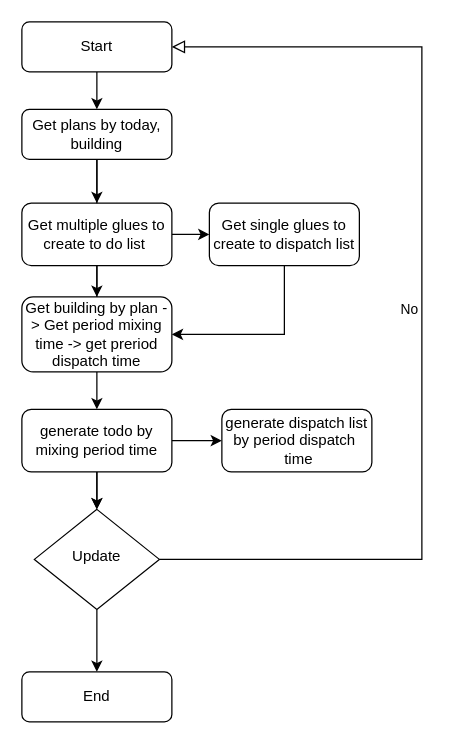
This is dmr-api/_Services/Services/Untitled Diagram.drawio from henryphamshc/dmr, a draw.io file, before an edit. Source tidied: cells renumbered, new cells numbered last; positions are measured from the earlier drawing's top-left corner, leaving out a move shared by most shapes. Both pictures are drawn from the tidied source at 125%, with x=0, y=0 at pixel (21, 21).
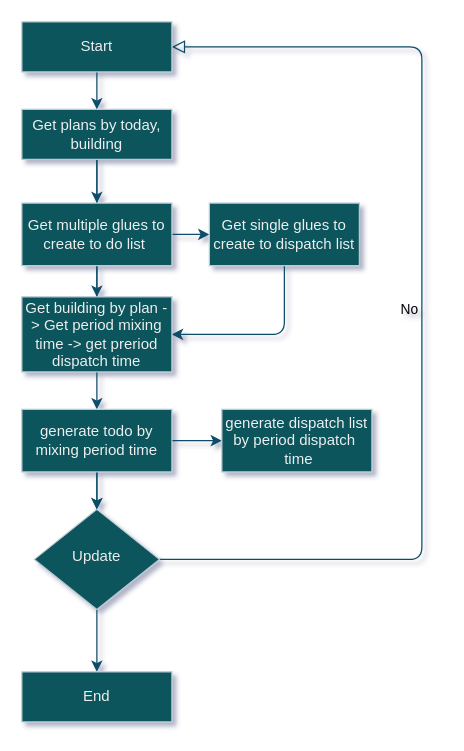
Above is the later version.

What changed in the source:
```diff
@@
-<mxGraphModel>
+<mxGraphModel shadow="1">
@@
-    <mxCell id="2" style="edgeStyle=orthogonalEdgeStyle;rounded=0;jettySize=auto;html=1;entryX=0.5;entryY=0;entryDx=0;entryDy=0;" parent="1" edge="1" source="4" target="13">
+    <mxCell id="2" style="edgeStyle=orthogonalEdgeStyle;jettySize=auto;html=1;entryX=0.5;entryY=0;entryDx=0;entryDy=0;strokeColor=#0B4D6A;" parent="1" edge="1" source="4" target="13">
       <mxGeometry relative="1" as="geometry" />
     </mxCell>
-    <mxCell id="3" style="edgeStyle=orthogonalEdgeStyle;rounded=0;jettySize=auto;html=1;entryX=0.5;entryY=0;entryDx=0;entryDy=0;" parent="1" edge="1" source="4" target="16">
+    <mxCell id="3" style="edgeStyle=orthogonalEdgeStyle;jettySize=auto;html=1;entryX=0.5;entryY=0;entryDx=0;entryDy=0;strokeColor=#0B4D6A;" parent="1" edge="1" source="4" target="16">
       <mxGeometry relative="1" as="geometry" />
     </mxCell>
-    <mxCell id="4" value="Get plans by today, building" style="rounded=1;whiteSpace=wrap;html=1;fontSize=12;glass=0;strokeWidth=1;shadow=0;" parent="1" vertex="1">
+    <mxCell id="4" value="Get plans by today, building" style="whiteSpace=wrap;html=1;fontSize=12;glass=0;strokeWidth=1;shadow=0;fillColor=#09555B;strokeColor=#BAC8D3;fontColor=#EEEEEE;" parent="1" vertex="1">
       <mxGeometry y="70" width="120" height="40" as="geometry" />
     </mxCell>
-    <mxCell id="5" value="No" style="edgeStyle=orthogonalEdgeStyle;rounded=0;html=1;jettySize=auto;fontSize=11;endArrow=block;endFill=0;endSize=8;strokeWidth=1;shadow=0;labelBackgroundColor=none;entryX=1;entryY=0.5;entryDx=0;entryDy=0;" parent="1" edge="1" source="7" target="10">
+    <mxCell id="5" value="No" style="edgeStyle=orthogonalEdgeStyle;html=1;jettySize=auto;fontSize=11;endArrow=block;endFill=0;endSize=8;strokeWidth=1;shadow=0;labelBackgroundColor=none;entryX=1;entryY=0.5;entryDx=0;entryDy=0;strokeColor=#0B4D6A;" parent="1" edge="1" source="7" target="10">
       <mxGeometry y="10" relative="1" as="geometry">
         <Array as="points">
           <mxPoint x="320" y="430" />
           <mxPoint x="320" y="20" />
         </Array>
       </mxGeometry>
     </mxCell>
-    <mxCell id="6" style="edgeStyle=orthogonalEdgeStyle;rounded=0;jettySize=auto;html=1;exitX=0.5;exitY=1;exitDx=0;exitDy=0;" parent="1" edge="1" source="7" target="8">
+    <mxCell id="6" style="edgeStyle=orthogonalEdgeStyle;jettySize=auto;html=1;exitX=0.5;exitY=1;exitDx=0;exitDy=0;strokeColor=#0B4D6A;" parent="1" edge="1" source="7" target="8">
       <mxGeometry relative="1" as="geometry" />
     </mxCell>
-    <mxCell id="7" value="Update" style="rhombus;whiteSpace=wrap;html=1;shadow=0;fontFamily=Helvetica;fontSize=12;align=center;strokeWidth=1;spacing=6;spacingTop=-4;" parent="1" vertex="1">
+    <mxCell id="7" value="Update" style="rhombus;whiteSpace=wrap;html=1;shadow=0;fontFamily=Helvetica;fontSize=12;align=center;strokeWidth=1;spacing=6;spacingTop=-4;fillColor=#09555B;strokeColor=#BAC8D3;fontColor=#EEEEEE;" parent="1" vertex="1">
       <mxGeometry x="10" y="390" width="100" height="80" as="geometry" />
     </mxCell>
-    <mxCell id="8" value="End" style="rounded=1;whiteSpace=wrap;html=1;fontSize=12;glass=0;strokeWidth=1;shadow=0;" parent="1" vertex="1">
+    <mxCell id="8" value="End" style="whiteSpace=wrap;html=1;fontSize=12;glass=0;strokeWidth=1;shadow=0;fillColor=#09555B;strokeColor=#BAC8D3;fontColor=#EEEEEE;" parent="1" vertex="1">
       <mxGeometry y="520" width="120" height="40" as="geometry" />
     </mxCell>
-    <mxCell id="9" style="edgeStyle=orthogonalEdgeStyle;rounded=0;jettySize=auto;html=1;" parent="1" edge="1" source="10" target="4">
+    <mxCell id="9" style="edgeStyle=orthogonalEdgeStyle;jettySize=auto;html=1;strokeColor=#0B4D6A;" parent="1" edge="1" source="10" target="4">
       <mxGeometry relative="1" as="geometry" />
     </mxCell>
-    <mxCell id="10" value="Start" style="rounded=1;whiteSpace=wrap;html=1;fontSize=12;glass=0;strokeWidth=1;shadow=0;" parent="1" vertex="1">
+    <mxCell id="10" value="Start" style="whiteSpace=wrap;html=1;fontSize=12;glass=0;strokeWidth=1;shadow=0;fillColor=#09555B;strokeColor=#BAC8D3;fontColor=#EEEEEE;" parent="1" vertex="1">
       <mxGeometry width="120" height="40" as="geometry" />
     </mxCell>
-    <mxCell id="11" style="edgeStyle=orthogonalEdgeStyle;rounded=0;jettySize=auto;html=1;" parent="1" edge="1" source="13" target="20">
+    <mxCell id="11" style="edgeStyle=orthogonalEdgeStyle;jettySize=auto;html=1;strokeColor=#0B4D6A;" parent="1" edge="1" source="13" target="20">
       <mxGeometry relative="1" as="geometry" />
     </mxCell>
-    <mxCell id="12" style="edgeStyle=orthogonalEdgeStyle;rounded=0;jettySize=auto;html=1;exitX=1;exitY=0.5;exitDx=0;exitDy=0;entryX=0;entryY=0.5;entryDx=0;entryDy=0;" parent="1" edge="1" source="13" target="15">
+    <mxCell id="12" style="edgeStyle=orthogonalEdgeStyle;jettySize=auto;html=1;exitX=1;exitY=0.5;exitDx=0;exitDy=0;entryX=0;entryY=0.5;entryDx=0;entryDy=0;strokeColor=#0B4D6A;" parent="1" edge="1" source="13" target="15">
       <mxGeometry relative="1" as="geometry" />
     </mxCell>
-    <mxCell id="13" value="Get multiple glues to create to do list&amp;nbsp;" style="rounded=1;whiteSpace=wrap;html=1;fontSize=12;glass=0;strokeWidth=1;shadow=0;" parent="1" vertex="1">
+    <mxCell id="13" value="Get multiple glues to create to do list&amp;nbsp;" style="whiteSpace=wrap;html=1;fontSize=12;glass=0;strokeWidth=1;shadow=0;fillColor=#09555B;strokeColor=#BAC8D3;fontColor=#EEEEEE;" parent="1" vertex="1">
       <mxGeometry y="145" width="120" height="50" as="geometry" />
     </mxCell>
-    <mxCell id="14" style="edgeStyle=orthogonalEdgeStyle;rounded=0;jettySize=auto;html=1;exitX=0.5;exitY=1;exitDx=0;exitDy=0;entryX=1;entryY=0.5;entryDx=0;entryDy=0;" parent="1" edge="1" source="15" target="16">
+    <mxCell id="14" style="edgeStyle=orthogonalEdgeStyle;jettySize=auto;html=1;exitX=0.5;exitY=1;exitDx=0;exitDy=0;entryX=1;entryY=0.5;entryDx=0;entryDy=0;strokeColor=#0B4D6A;" parent="1" edge="1" source="15" target="16">
       <mxGeometry relative="1" as="geometry" />
     </mxCell>
-    <mxCell id="15" value="Get single glues to create to dispatch list" style="rounded=1;whiteSpace=wrap;html=1;fontSize=12;glass=0;strokeWidth=1;shadow=0;" parent="1" vertex="1">
+    <mxCell id="15" value="Get single glues to create to dispatch list" style="whiteSpace=wrap;html=1;fontSize=12;glass=0;strokeWidth=1;shadow=0;fillColor=#09555B;strokeColor=#BAC8D3;fontColor=#EEEEEE;" parent="1" vertex="1">
       <mxGeometry x="150" y="145" width="120" height="50" as="geometry" />
     </mxCell>
-    <mxCell id="16" value="Get building by plan -&amp;gt; Get period mixing time -&amp;gt; get preriod dispatch time" style="rounded=1;whiteSpace=wrap;html=1;fontSize=12;glass=0;strokeWidth=1;shadow=0;" parent="1" vertex="1">
+    <mxCell id="16" value="Get building by plan -&amp;gt; Get period mixing time -&amp;gt; get preriod dispatch time" style="whiteSpace=wrap;html=1;fontSize=12;glass=0;strokeWidth=1;shadow=0;fillColor=#09555B;strokeColor=#BAC8D3;fontColor=#EEEEEE;" parent="1" vertex="1">
       <mxGeometry y="220" width="120" height="60" as="geometry" />
     </mxCell>
-    <mxCell id="17" style="edgeStyle=orthogonalEdgeStyle;rounded=0;jettySize=auto;html=1;" parent="1" edge="1" source="20" target="7">
+    <mxCell id="17" style="edgeStyle=orthogonalEdgeStyle;jettySize=auto;html=1;strokeColor=#0B4D6A;" parent="1" edge="1" source="20" target="7">
       <mxGeometry relative="1" as="geometry" />
     </mxCell>
-    <mxCell id="18" style="edgeStyle=orthogonalEdgeStyle;rounded=0;jettySize=auto;html=1;" parent="1" edge="1" source="20" target="7">
+    <mxCell id="18" style="edgeStyle=orthogonalEdgeStyle;jettySize=auto;html=1;strokeColor=#0B4D6A;" parent="1" edge="1" source="20" target="7">
       <mxGeometry relative="1" as="geometry" />
     </mxCell>
-    <mxCell id="19" style="edgeStyle=orthogonalEdgeStyle;rounded=0;jettySize=auto;html=1;entryX=0;entryY=0.5;entryDx=0;entryDy=0;" parent="1" edge="1" source="20" target="21">
+    <mxCell id="19" style="edgeStyle=orthogonalEdgeStyle;jettySize=auto;html=1;entryX=0;entryY=0.5;entryDx=0;entryDy=0;strokeColor=#0B4D6A;" parent="1" edge="1" source="20" target="21">
       <mxGeometry relative="1" as="geometry" />
     </mxCell>
-    <mxCell id="20" value="generate todo by mixing period time" style="rounded=1;whiteSpace=wrap;html=1;fontSize=12;glass=0;strokeWidth=1;shadow=0;" parent="1" vertex="1">
+    <mxCell id="20" value="generate todo by mixing period time" style="whiteSpace=wrap;html=1;fontSize=12;glass=0;strokeWidth=1;shadow=0;fillColor=#09555B;strokeColor=#BAC8D3;fontColor=#EEEEEE;" parent="1" vertex="1">
       <mxGeometry y="310" width="120" height="50" as="geometry" />
     </mxCell>
-    <mxCell id="21" value="generate dispatch list by period dispatch&amp;nbsp;&lt;br&gt;&amp;nbsp;time" style="rounded=1;whiteSpace=wrap;html=1;fontSize=12;glass=0;strokeWidth=1;shadow=0;" parent="1" vertex="1">
+    <mxCell id="21" value="generate dispatch list by period dispatch&amp;nbsp;&lt;br&gt;&amp;nbsp;time" style="whiteSpace=wrap;html=1;fontSize=12;glass=0;strokeWidth=1;shadow=0;fillColor=#09555B;strokeColor=#BAC8D3;fontColor=#EEEEEE;" parent="1" vertex="1">
       <mxGeometry x="160" y="310" width="120" height="50" as="geometry" />
     </mxCell>
```
